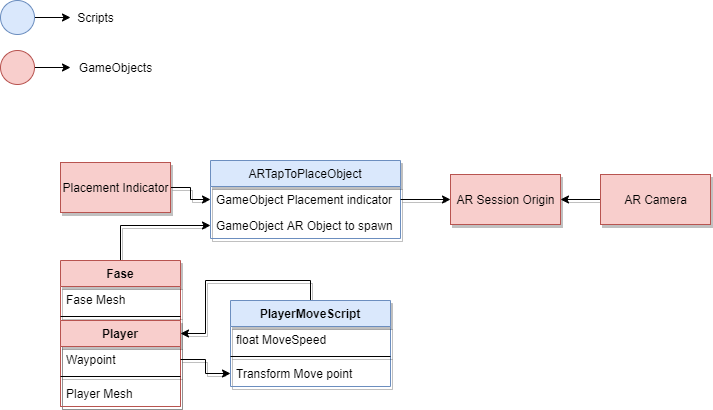
machaulay/Fluxograma_ProjetoAR keeps this draw.io diagram as Projeto_AR.drawio.png. Above is the earlier version. Source tidied: cells renumbered, new cells last; positions are measured from the earlier drawing's top-left corner, leaving out a move shared by most shapes.
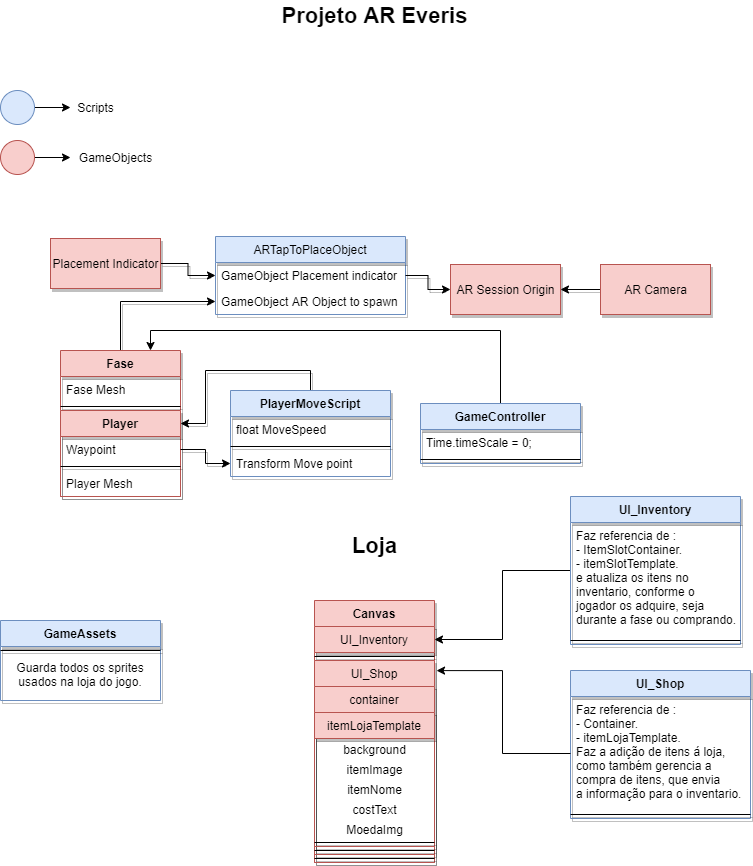
The same file after the commit.

The edit, as a diff of the source:
```diff
@@ -6,7 +6,7 @@
       <mxGeometry x="450" y="174" width="110" height="50" as="geometry" />
     </mxCell>
     <mxCell id="3" value="ARTapToPlaceObject" style="swimlane;fontStyle=0;horizontal=1;startSize=26;shadow=1;fillColor=#dae8fc;strokeColor=#6c8ebf;" parent="1" vertex="1">
-      <mxGeometry x="210" y="160" width="190" height="78" as="geometry" />
+      <mxGeometry x="215" y="146" width="190" height="78" as="geometry" />
     </mxCell>
     <mxCell id="4" value="GameObject Placement indicator" style="text;align=left;verticalAlign=top;spacingLeft=4;spacingRight=4;overflow=hidden;points=[[0,0.5],[1,0.5]];portConstraint=eastwest;shadow=1;" parent="3" vertex="1">
       <mxGeometry y="26" width="190" height="26" as="geometry" />
@@ -27,7 +27,7 @@
       <mxGeometry relative="1" as="geometry" />
     </mxCell>
     <mxCell id="10" value="Placement Indicator" style="html=1;shadow=1;fillColor=#f8cecc;strokeColor=#b85450;" parent="1" vertex="1">
-      <mxGeometry x="60" y="162" width="110" height="50" as="geometry" />
+      <mxGeometry x="50" y="148" width="110" height="50" as="geometry" />
     </mxCell>
     <mxCell id="11" style="edgeStyle=orthogonalEdgeStyle;rounded=0;jettySize=auto;html=1;entryX=0;entryY=0.5;entryDx=0;entryDy=0;shadow=1;fillColor=#5CD3FF;" parent="1" edge="1" source="12" target="5">
       <mxGeometry relative="1" as="geometry" />
@@ -89,5 +89,98 @@
     <mxCell id="30" value="GameObjects" style="text;html=1;align=center;verticalAlign=middle;points=[];strokeColor=none;fillColor=none;shadow=0;" parent="1" vertex="1">
       <mxGeometry x="70" y="57" width="90" height="20" as="geometry" />
     </mxCell>
+    <mxCell id="31" style="edgeStyle=orthogonalEdgeStyle;rounded=0;jettySize=auto;html=1;exitX=0.5;exitY=0;exitDx=0;exitDy=0;entryX=0.75;entryY=0;entryDx=0;entryDy=0;" parent="1" edge="1" source="32" target="12">
+      <mxGeometry relative="1" as="geometry" />
+    </mxCell>
+    <mxCell id="32" value="GameController" style="swimlane;fontStyle=1;align=center;verticalAlign=top;horizontal=1;startSize=26;shadow=1;fillColor=#dae8fc;strokeColor=#6c8ebf;" parent="1" vertex="1">
+      <mxGeometry x="420" y="313" width="160" height="60" as="geometry" />
+    </mxCell>
+    <mxCell id="33" value="Time.timeScale = 0;" style="text;strokeColor=none;fillColor=none;align=left;verticalAlign=top;spacingLeft=4;spacingRight=4;overflow=hidden;shadow=1;" parent="32" vertex="1">
+      <mxGeometry y="26" width="160" height="26" as="geometry" />
+    </mxCell>
+    <mxCell id="34" style="line;strokeWidth=1;fillColor=none;align=left;verticalAlign=middle;spacingTop=-1;spacingLeft=3;spacingRight=3;labelPosition=right;shadow=1;" parent="32" vertex="1">
+      <mxGeometry y="52" width="160" height="8" as="geometry" />
+    </mxCell>
+    <mxCell id="35" value="GameAssets" style="swimlane;fontStyle=1;align=center;verticalAlign=top;horizontal=1;startSize=26;shadow=1;fillColor=#dae8fc;strokeColor=#6c8ebf;" parent="1" vertex="1">
+      <mxGeometry y="530" width="160" height="80" as="geometry" />
+    </mxCell>
+    <mxCell id="36" style="line;strokeWidth=1;fillColor=none;align=left;verticalAlign=middle;spacingTop=-1;spacingLeft=3;spacingRight=3;labelPosition=right;shadow=1;" parent="35" vertex="1">
+      <mxGeometry y="26" width="160" height="8" as="geometry" />
+    </mxCell>
+    <mxCell id="37" value="Guarda todos os sprites &#10;usados na loja do jogo." style="text;strokeColor=none;fillColor=none;align=center;verticalAlign=top;spacingLeft=4;spacingRight=4;overflow=hidden;shadow=1;horizontal=1;" parent="35" vertex="1">
+      <mxGeometry y="34" width="160" height="46" as="geometry" />
+    </mxCell>
+    <mxCell id="38" value="Loja" style="text;html=1;align=center;verticalAlign=middle;fillColor=none;strokeColor=none;rounded=0;fontStyle=1;fontSize=22;" parent="1" vertex="1">
+      <mxGeometry x="344" y="440" width="60" height="30" as="geometry" />
+    </mxCell>
+    <mxCell id="39" value="Projeto AR Everis" style="text;html=1;align=center;verticalAlign=middle;fillColor=none;strokeColor=none;rounded=0;fontStyle=1;fontSize=22;" parent="1" vertex="1">
+      <mxGeometry x="274" y="-90" width="200" height="30" as="geometry" />
+    </mxCell>
+    <mxCell id="40" style="edgeStyle=orthogonalEdgeStyle;rounded=0;jettySize=auto;html=1;entryX=1;entryY=0.5;entryDx=0;entryDy=0;fontSize=15;" parent="1" edge="1" source="41" target="45">
+      <mxGeometry relative="1" as="geometry" />
+    </mxCell>
+    <mxCell id="41" value="UI_Inventory" style="swimlane;fontStyle=1;align=center;verticalAlign=top;horizontal=1;startSize=26;shadow=1;fillColor=#dae8fc;strokeColor=#6c8ebf;" parent="1" vertex="1">
+      <mxGeometry x="570" y="406" width="170" height="148" as="geometry" />
+    </mxCell>
+    <mxCell id="42" value="Faz referencia de :&#10;- ItemSlotContainer.&#10;- itemSlotTemplate.&#10;e atualiza os itens no &#10;inventario, conforme o &#10;jogador os adquire, seja&#10;durante a fase ou comprando." style="text;strokeColor=none;fillColor=none;align=left;verticalAlign=top;spacingLeft=4;spacingRight=4;overflow=hidden;shadow=1;" parent="41" vertex="1">
+      <mxGeometry y="26" width="170" height="114" as="geometry" />
+    </mxCell>
+    <mxCell id="43" style="line;strokeWidth=1;fillColor=none;align=left;verticalAlign=middle;spacingTop=-1;spacingLeft=3;spacingRight=3;labelPosition=right;shadow=1;" parent="41" vertex="1">
+      <mxGeometry y="140" width="170" height="8" as="geometry" />
+    </mxCell>
+    <mxCell id="44" value="Canvas" style="swimlane;fontStyle=1;align=center;verticalAlign=top;horizontal=1;startSize=26;shadow=1;fillColor=#f8cecc;strokeColor=#b85450;" parent="1" vertex="1">
+      <mxGeometry x="314" y="510" width="120" height="262" as="geometry" />
+    </mxCell>
+    <mxCell id="45" value="UI_Inventory" style="swimlane;fontStyle=0;align=center;verticalAlign=top;horizontal=1;startSize=26;shadow=1;fillColor=#f8cecc;strokeColor=#b85450;" parent="44" vertex="1" collapsed="1">
+      <mxGeometry y="26" width="120" height="26" as="geometry" />
+    </mxCell>
+    <mxCell id="46" style="line;strokeWidth=1;fillColor=none;align=left;verticalAlign=middle;spacingTop=-1;spacingLeft=3;spacingRight=3;labelPosition=right;shadow=1;" parent="44" vertex="1">
+      <mxGeometry y="52" width="120" height="8" as="geometry" />
+    </mxCell>
+    <mxCell id="47" value="UI_Shop" style="swimlane;fontStyle=0;align=center;verticalAlign=top;horizontal=1;startSize=26;shadow=1;fillColor=#f8cecc;strokeColor=#b85450;" parent="44" vertex="1">
+      <mxGeometry y="60" width="120" height="202" as="geometry" />
+    </mxCell>
+    <mxCell id="48" value="container" style="swimlane;fontStyle=0;align=center;verticalAlign=top;horizontal=1;startSize=26;shadow=1;fillColor=#f8cecc;strokeColor=#b85450;" parent="47" vertex="1">
+      <mxGeometry y="26" width="120" height="168" as="geometry" />
+    </mxCell>
+    <mxCell id="49" value="itemLojaTemplate" style="swimlane;fontStyle=0;align=center;verticalAlign=top;horizontal=1;startSize=26;shadow=1;fillColor=#f8cecc;strokeColor=#b85450;" parent="48" vertex="1">
+      <mxGeometry y="26" width="120" height="134" as="geometry" />
+    </mxCell>
+    <mxCell id="50" value="&lt;font style=&quot;font-size: 12px&quot;&gt;background&lt;/font&gt;" style="text;html=1;align=center;verticalAlign=middle;fillColor=none;strokeColor=none;rounded=0;fontSize=15;" parent="49" vertex="1">
+      <mxGeometry y="26" width="120" height="20" as="geometry" />
+    </mxCell>
+    <mxCell id="51" value="&lt;font style=&quot;font-size: 12px&quot;&gt;itemImage&lt;/font&gt;" style="text;html=1;align=center;verticalAlign=middle;fillColor=none;strokeColor=none;rounded=0;fontSize=15;" parent="49" vertex="1">
+      <mxGeometry y="46" width="120" height="20" as="geometry" />
+    </mxCell>
+    <mxCell id="52" value="&lt;span style=&quot;font-size: 12px&quot;&gt;itemNome&lt;/span&gt;" style="text;html=1;align=center;verticalAlign=middle;fillColor=none;strokeColor=none;rounded=0;fontSize=15;" parent="49" vertex="1">
+      <mxGeometry y="66" width="120" height="20" as="geometry" />
+    </mxCell>
+    <mxCell id="53" value="&lt;span style=&quot;font-size: 12px&quot;&gt;costText&lt;/span&gt;" style="text;html=1;align=center;verticalAlign=middle;fillColor=none;strokeColor=none;rounded=0;fontSize=15;" parent="49" vertex="1">
+      <mxGeometry y="86" width="120" height="20" as="geometry" />
+    </mxCell>
+    <mxCell id="54" value="&lt;span style=&quot;font-size: 12px&quot;&gt;MoedaImg&lt;/span&gt;" style="text;html=1;align=center;verticalAlign=middle;fillColor=none;strokeColor=none;rounded=0;fontSize=15;" parent="49" vertex="1">
+      <mxGeometry y="106" width="120" height="20" as="geometry" />
+    </mxCell>
+    <mxCell id="55" style="line;strokeWidth=1;fillColor=none;align=left;verticalAlign=middle;spacingTop=-1;spacingLeft=3;spacingRight=3;labelPosition=right;shadow=1;" parent="49" vertex="1">
+      <mxGeometry y="126" width="120" height="8" as="geometry" />
+    </mxCell>
+    <mxCell id="56" style="line;strokeWidth=1;fillColor=none;align=left;verticalAlign=middle;spacingTop=-1;spacingLeft=3;spacingRight=3;labelPosition=right;shadow=1;" parent="48" vertex="1">
+      <mxGeometry y="160" width="120" height="8" as="geometry" />
+    </mxCell>
+    <mxCell id="57" style="line;strokeWidth=1;fillColor=none;align=left;verticalAlign=middle;spacingTop=-1;spacingLeft=3;spacingRight=3;labelPosition=right;shadow=1;" parent="47" vertex="1">
+      <mxGeometry y="194" width="120" height="8" as="geometry" />
+    </mxCell>
+    <mxCell id="58" value="UI_Shop" style="swimlane;fontStyle=1;align=center;verticalAlign=top;horizontal=1;startSize=26;shadow=1;fillColor=#dae8fc;strokeColor=#6c8ebf;" parent="1" vertex="1">
+      <mxGeometry x="570" y="580" width="180" height="148" as="geometry" />
+    </mxCell>
+    <mxCell id="59" value="Faz referencia de :&#10;- Container.&#10;- itemLojaTemplate.&#10;Faz a adição de itens á loja,&#10;como também gerencia a &#10;compra de itens, que envia &#10;a informação para o inventario." style="text;strokeColor=none;fillColor=none;align=left;verticalAlign=top;spacingLeft=4;spacingRight=4;overflow=hidden;points=[[0,0.5],[1,0.5]];portConstraint=eastwest;shadow=1;" parent="58" vertex="1">
+      <mxGeometry y="26" width="180" height="114" as="geometry" />
+    </mxCell>
+    <mxCell id="60" style="line;strokeWidth=1;fillColor=none;align=left;verticalAlign=middle;spacingTop=-1;spacingLeft=3;spacingRight=3;labelPosition=right;shadow=1;" parent="58" vertex="1">
+      <mxGeometry y="140" width="180" height="8" as="geometry" />
+    </mxCell>
+    <mxCell id="61" style="edgeStyle=orthogonalEdgeStyle;rounded=0;jettySize=auto;html=1;entryX=1.017;entryY=0.05;entryDx=0;entryDy=0;fontSize=15;entryPerimeter=0;" parent="1" edge="1" source="59" target="47">
+      <mxGeometry relative="1" as="geometry" />
+    </mxCell>
   </root>
 </mxGraphModel>
```
